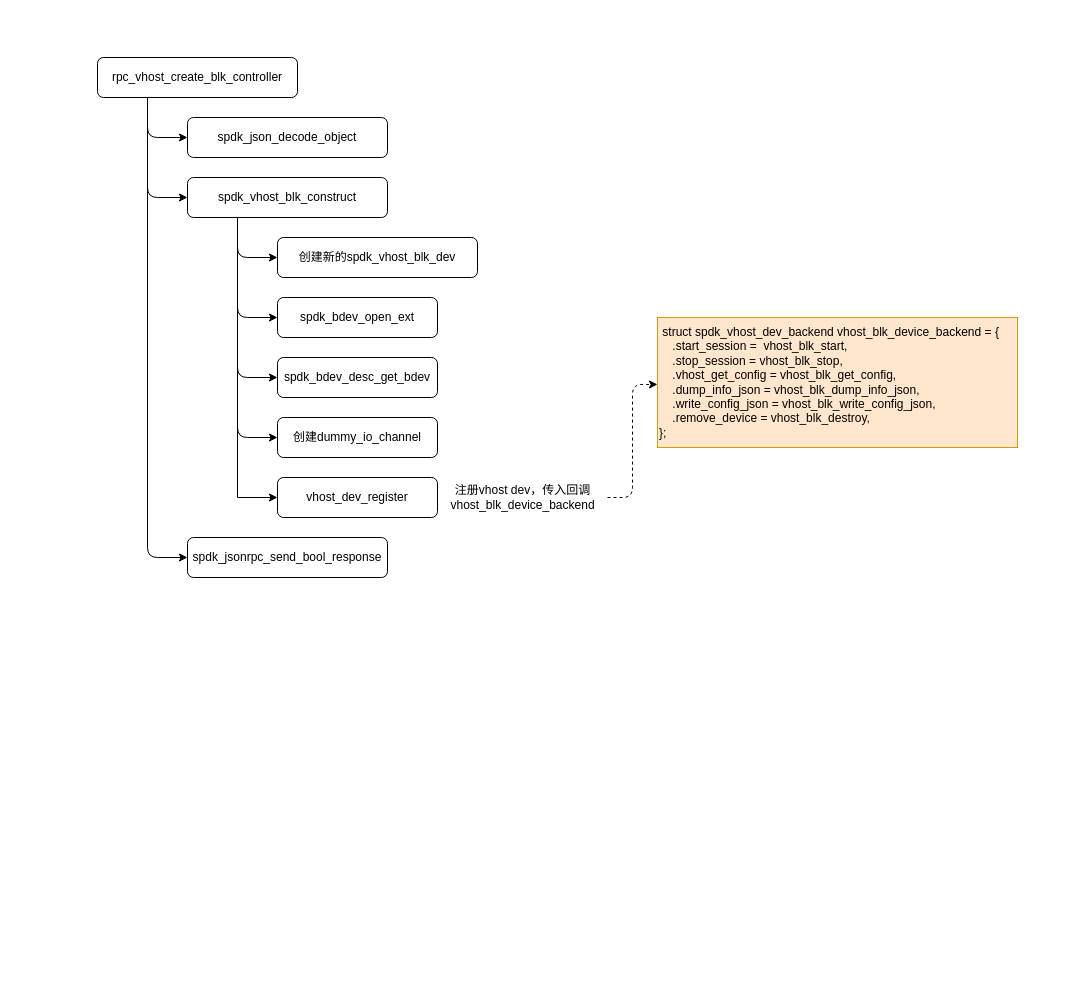
Before: page "vhost-blk" (2 of 2) of spdk.drawio in Aspiresky/draw.io, a draw.io diagram. Source tidied: cells renumbered, new cells numbered last; positions are measured from the earlier drawing's top-left corner, leaving out a move shared by most shapes. Both pictures are drawn from the tidied source at 100%, with x=0, y=0 at pixel (97, 57).
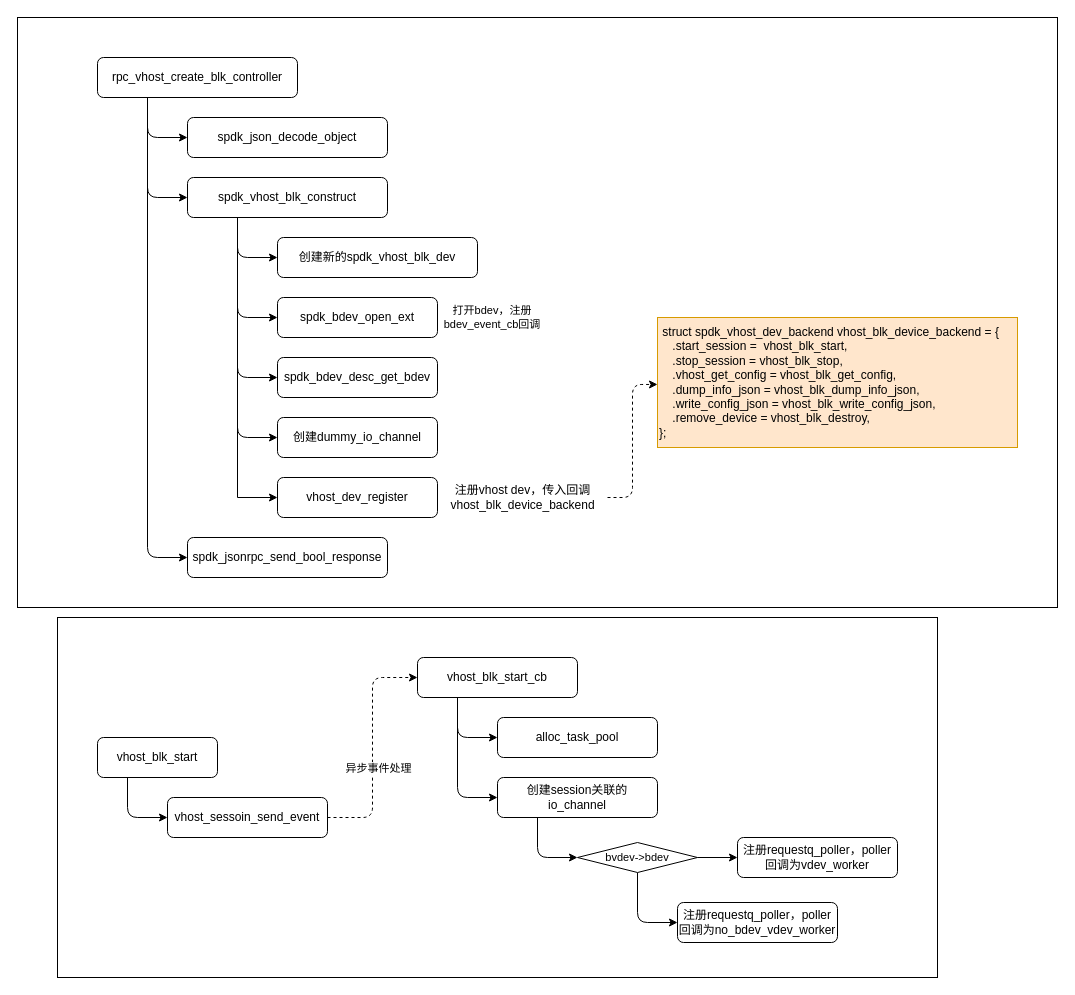
Above is the later version.

What changed in the source:
```diff
@@
+    <mxCell id="22" style="rounded=0;whiteSpace=wrap;html=1;fontFamily=Helvetica;fontSize=11;fontColor=default;labelBackgroundColor=default;" parent="1" vertex="1">
+      <mxGeometry x="-40" y="560" width="880" height="360" as="geometry" />
+    </mxCell>
+    <mxCell id="23" style="edgeStyle=orthogonalEdgeStyle;rounded=1;jettySize=auto;html=1;exitX=0.25;exitY=1;exitDx=0;exitDy=0;entryX=0;entryY=0.5;entryDx=0;entryDy=0;curved=0;" parent="1" edge="1" source="24" target="27">
+      <mxGeometry relative="1" as="geometry" />
+    </mxCell>
+    <mxCell id="24" value="vhost_blk_start" style="rounded=1;whiteSpace=wrap;html=1;" parent="1" vertex="1">
+      <mxGeometry y="680" width="120" height="40" as="geometry" />
+    </mxCell>
+    <mxCell id="25" style="edgeStyle=orthogonalEdgeStyle;rounded=1;jettySize=auto;html=1;exitX=1;exitY=0.5;exitDx=0;exitDy=0;entryX=0;entryY=0.5;entryDx=0;entryDy=0;strokeColor=default;align=center;verticalAlign=middle;fontFamily=Helvetica;fontSize=11;fontColor=default;labelBackgroundColor=default;endArrow=classic;dashed=1;" parent="1" edge="1" source="27" target="30">
+      <mxGeometry relative="1" as="geometry" />
+    </mxCell>
+    <mxCell id="26" value="异步事件处理" style="edgeLabel;html=1;align=center;verticalAlign=middle;fontFamily=Helvetica;fontSize=11;fontColor=default;labelBackgroundColor=default;" parent="25" vertex="1">
+      <mxGeometry x="-0.45" y="1" relative="1" as="geometry">
+        <mxPoint x="6" y="-32" as="offset" />
+      </mxGeometry>
+    </mxCell>
+    <mxCell id="27" value="vhost_sessoin_send_event" style="rounded=1;whiteSpace=wrap;html=1;" parent="1" vertex="1">
+      <mxGeometry x="70" y="740" width="160" height="40" as="geometry" />
+    </mxCell>
+    <mxCell id="28" style="edgeStyle=orthogonalEdgeStyle;rounded=1;jettySize=auto;html=1;exitX=0.25;exitY=1;exitDx=0;exitDy=0;entryX=0;entryY=0.5;entryDx=0;entryDy=0;curved=0;" parent="1" edge="1" source="30" target="31">
+      <mxGeometry relative="1" as="geometry" />
+    </mxCell>
+    <mxCell id="29" style="edgeStyle=orthogonalEdgeStyle;rounded=1;jettySize=auto;html=1;exitX=0.25;exitY=1;exitDx=0;exitDy=0;entryX=0;entryY=0.5;entryDx=0;entryDy=0;strokeColor=default;align=center;verticalAlign=middle;fontFamily=Helvetica;fontSize=11;fontColor=default;labelBackgroundColor=default;endArrow=classic;" parent="1" edge="1" source="30" target="33">
+      <mxGeometry relative="1" as="geometry" />
+    </mxCell>
+    <mxCell id="30" value="vhost_blk_start_cb" style="rounded=1;whiteSpace=wrap;html=1;" parent="1" vertex="1">
+      <mxGeometry x="320" y="600" width="160" height="40" as="geometry" />
+    </mxCell>
+    <mxCell id="31" value="alloc_task_pool" style="rounded=1;whiteSpace=wrap;html=1;" parent="1" vertex="1">
+      <mxGeometry x="400" y="660" width="160" height="40" as="geometry" />
+    </mxCell>
+    <mxCell id="32" style="edgeStyle=orthogonalEdgeStyle;rounded=1;jettySize=auto;html=1;exitX=0.25;exitY=1;exitDx=0;exitDy=0;entryX=0;entryY=0.5;entryDx=0;entryDy=0;strokeColor=default;align=center;verticalAlign=middle;fontFamily=Helvetica;fontSize=11;fontColor=default;labelBackgroundColor=default;endArrow=classic;" parent="1" edge="1" source="33" target="37">
+      <mxGeometry relative="1" as="geometry" />
+    </mxCell>
+    <mxCell id="33" value="创建session关联的io_channel" style="rounded=1;whiteSpace=wrap;html=1;" parent="1" vertex="1">
+      <mxGeometry x="400" y="720" width="160" height="40" as="geometry" />
+    </mxCell>
+    <mxCell id="34" value="注册requestq_poller，poller回调为vdev_worker" style="rounded=1;whiteSpace=wrap;html=1;" parent="1" vertex="1">
+      <mxGeometry x="640" y="780" width="160" height="40" as="geometry" />
+    </mxCell>
+    <mxCell id="35" style="edgeStyle=orthogonalEdgeStyle;rounded=1;jettySize=auto;html=1;exitX=0.5;exitY=1;exitDx=0;exitDy=0;entryX=0;entryY=0.5;entryDx=0;entryDy=0;strokeColor=default;align=center;verticalAlign=middle;fontFamily=Helvetica;fontSize=11;fontColor=default;labelBackgroundColor=default;endArrow=classic;" parent="1" edge="1" source="37" target="38">
+      <mxGeometry relative="1" as="geometry" />
+    </mxCell>
+    <mxCell id="36" style="edgeStyle=orthogonalEdgeStyle;rounded=1;jettySize=auto;html=1;exitX=1;exitY=0.5;exitDx=0;exitDy=0;entryX=0;entryY=0.5;entryDx=0;entryDy=0;strokeColor=default;align=center;verticalAlign=middle;fontFamily=Helvetica;fontSize=11;fontColor=default;labelBackgroundColor=default;endArrow=classic;" parent="1" edge="1" source="37" target="34">
+      <mxGeometry relative="1" as="geometry" />
+    </mxCell>
+    <mxCell id="37" value="bvdev-&amp;gt;bdev" style="rhombus;whiteSpace=wrap;html=1;fontFamily=Helvetica;fontSize=11;fontColor=default;labelBackgroundColor=default;" parent="1" vertex="1">
+      <mxGeometry x="480" y="785" width="120" height="30" as="geometry" />
+    </mxCell>
+    <mxCell id="38" value="注册requestq_poller，poller回调为no_bdev_vdev_worker" style="rounded=1;whiteSpace=wrap;html=1;" parent="1" vertex="1">
+      <mxGeometry x="580" y="845" width="160" height="40" as="geometry" />
+    </mxCell>
+    <mxCell id="39" style="rounded=0;whiteSpace=wrap;html=1;fontFamily=Helvetica;fontSize=11;fontColor=default;labelBackgroundColor=default;" parent="1" vertex="1">
+      <mxGeometry x="-80" y="-40" width="1040" height="590" as="geometry" />
+    </mxCell>
@@
+    <mxCell id="40" value="打开bdev，注册bdev_event_cb回调" style="text;html=1;align=center;verticalAlign=middle;whiteSpace=wrap;rounded=0;fontFamily=Helvetica;fontSize=11;fontColor=default;labelBackgroundColor=default;" parent="1" vertex="1">
+      <mxGeometry x="340" y="245" width="110" height="30" as="geometry" />
+    </mxCell>
```
